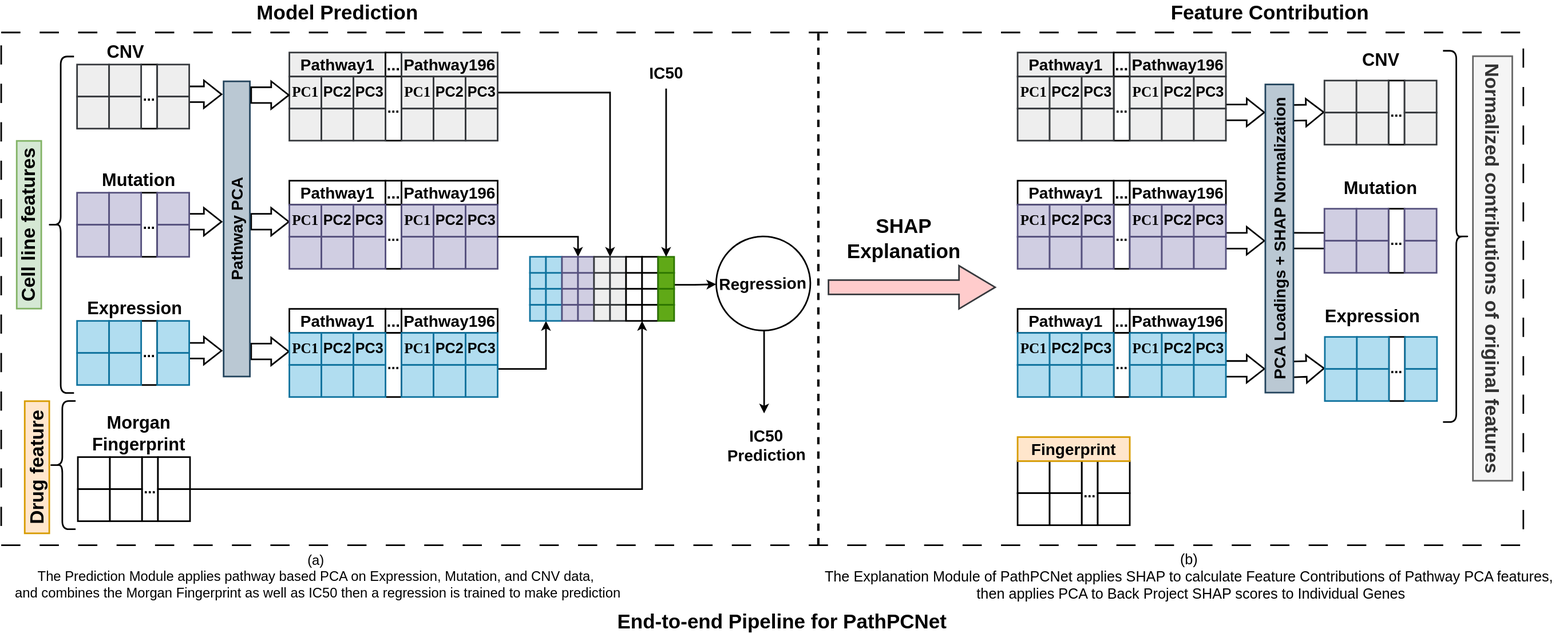
The draw.io diagram images/PathPCNet_Pipeline.svg in bkhyat/PathPCNet, before a commit. Source tidied: cells renumbered, new cells last; positions are measured from the earlier drawing's top-left corner, leaving out a move shared by most shapes.
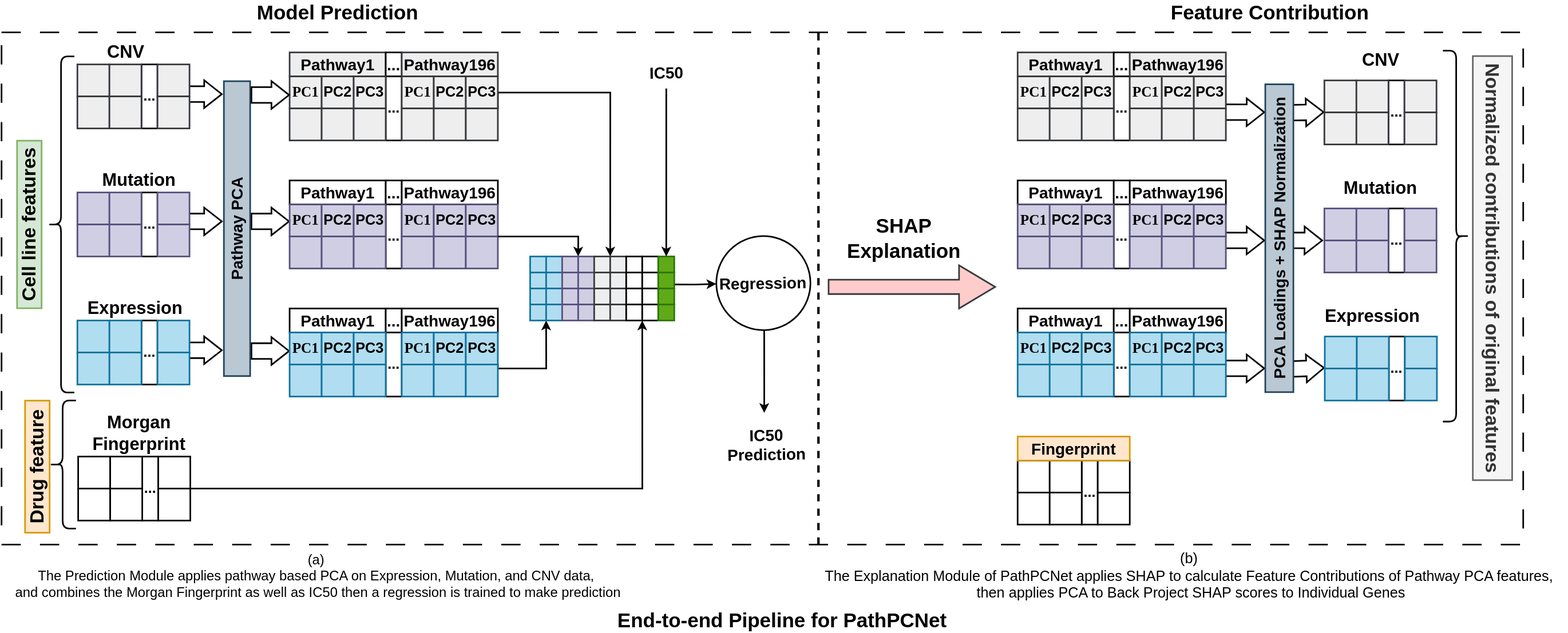
After the commit.

Commit message:
Fix the arrow in Feature contribution module in Pipeline

Diff of the diagram source:
```diff
@@ -11,9 +11,10 @@
         <mxPoint x="1722.2" y="469.1" as="targetPoint" />
       </mxGeometry>
     </mxCell>
-    <mxCell id="4" style="shape=flexArrow;endArrow=classic;html=1;rounded=0;width=18.57142857142857;endSize=6.671428571428571;endWidth=12.993197278911564;fontSize=20;entryX=0;entryY=1;entryDx=0;entryDy=0;strokeWidth=2;fontStyle=1;" parent="1" edge="1" target="231">
+    <mxCell id="4" style="shape=flexArrow;endArrow=classic;html=1;rounded=0;width=18.57142857142857;endSize=6.671428571428571;endWidth=12.993197278911564;fontSize=20;strokeWidth=2;fontStyle=1;" parent="1" edge="1">
       <mxGeometry relative="1" as="geometry">
         <mxPoint x="1671.7" y="309.8" as="sourcePoint" />
+        <mxPoint x="1720" y="310" as="targetPoint" />
       </mxGeometry>
     </mxCell>
     <mxCell id="5" style="shape=flexArrow;endArrow=classic;html=1;rounded=0;width=18.57142857142857;endSize=6.671428571428571;endWidth=12.993197278911564;fontSize=20;strokeWidth=2;fontStyle=1;" parent="1" edge="1">
```
